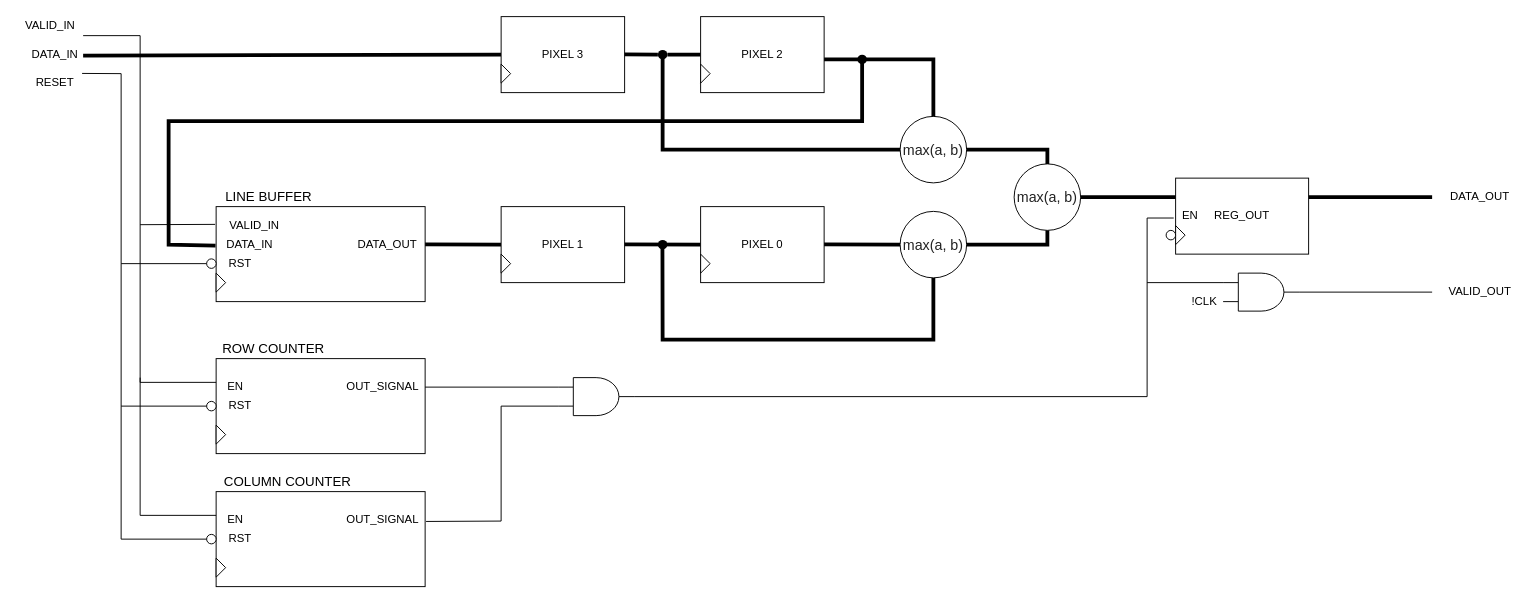
The draw.io diagram Project/src/rtl/maxpool2d2x2s2/Maxpool.drawio in hohaicongthuan/0x55AA, before the edit. Source tidied: cells renumbered, new cells numbered last; positions are measured from the earlier drawing's top-left corner, leaving out a move shared by most shapes. Both pictures are drawn from the tidied source at 95%, with x=0, y=0 at pixel (16, 16).
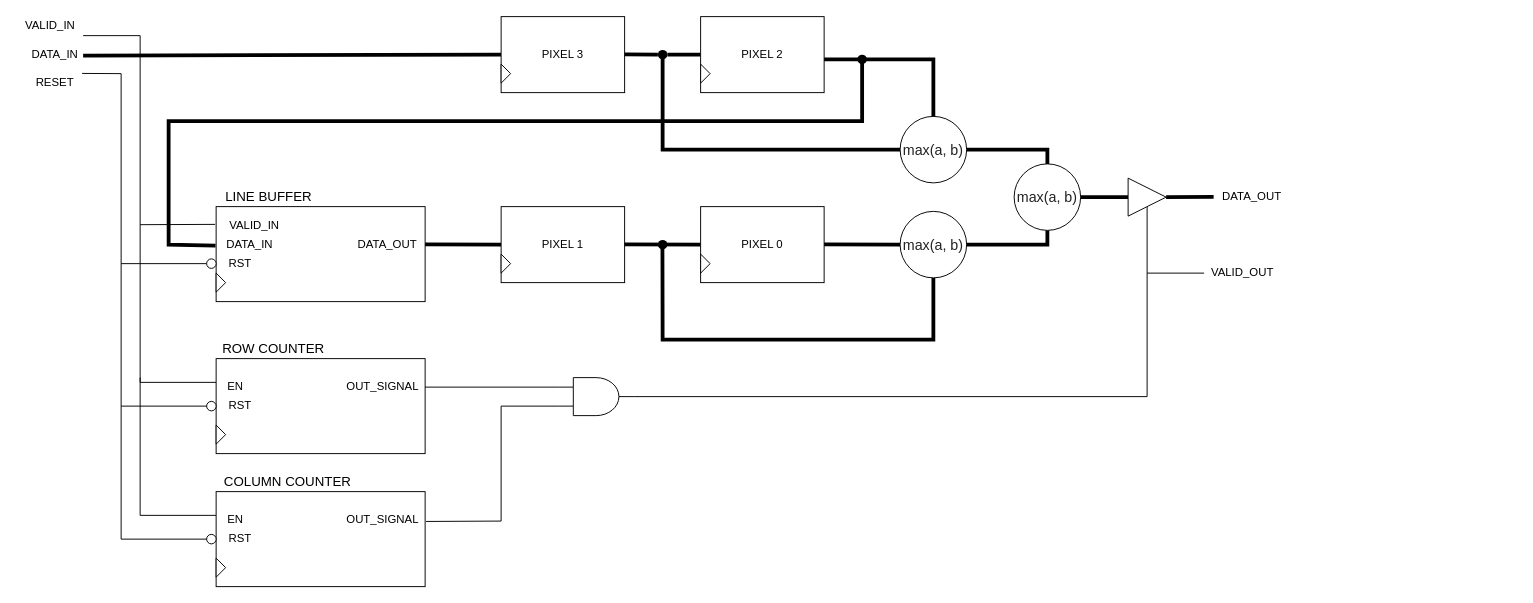
The same page after the edit.

The change refers to these unchanged cells:
```xml
<mxCell id="51" value="&lt;span style=&quot;color: rgb(34 , 34 , 34) ; font-family: &amp;#34;google sans&amp;#34; , &amp;#34;arial&amp;#34; , sans-serif ; text-align: left ; background-color: rgb(255 , 255 , 255)&quot;&gt;&lt;font style=&quot;font-size: 15px&quot;&gt;max(a, b)&lt;/font&gt;&lt;/span&gt;" style="ellipse;whiteSpace=wrap;html=1;" parent="1" vertex="1">
  <mxGeometry x="1050" y="155" width="70" height="70" as="geometry" />
</mxCell>
<mxCell id="68" style="verticalLabelPosition=bottom;shadow=0;dashed=0;align=center;html=1;verticalAlign=top;shape=mxgraph.electrical.logic_gates.logic_gate;operation=and;" parent="1" vertex="1">
  <mxGeometry x="570" y="380" width="80" height="40" as="geometry" />
</mxCell>
```

Change to the diagram source:
```diff
@@
-    <mxCell id="23" style="endArrow=none;html=1;strokeWidth=4;exitX=1;exitY=0.5;exitDx=0;exitDy=0;" parent="1" edge="1" source="51">
-      <mxGeometry relative="1" as="geometry">
-        <mxPoint x="1490" y="190" as="targetPoint" />
-      </mxGeometry>
+    <mxCell id="23" style="endArrow=none;html=1;strokeWidth=4;exitX=1;exitY=0.5;exitDx=0;exitDy=0;" parent="1" edge="1" source="51" target="76">
+      <mxGeometry relative="1" as="geometry" />
     </mxCell>
@@
-    <mxCell id="35" value="REG_OUT" style="rounded=0;whiteSpace=wrap;html=1;" parent="1" vertex="1">
-      <mxGeometry x="1220" y="170" width="140" height="80" as="geometry" />
-    </mxCell>
-    <mxCell id="36" style="triangle;whiteSpace=wrap;html=1;" parent="1" vertex="1">
-      <mxGeometry x="1220" y="220" width="10" height="20" as="geometry" />
-    </mxCell>
@@
-    <mxCell id="43" value="EN" style="text;html=1;align=center;verticalAlign=middle;points=[];strokeColor=none;" parent="1" vertex="1">
-      <mxGeometry x="1220" y="200" width="30" height="20" as="geometry" />
-    </mxCell>
@@
-    <mxCell id="47" style="endArrow=none;html=1;strokeWidth=1;exitX=1;exitY=0.5;exitDx=0;exitDy=0;exitPerimeter=0;" parent="1" edge="1" source="73">
+    <mxCell id="47" style="endArrow=none;html=1;strokeWidth=1;exitX=1;exitY=0.5;exitDx=0;exitDy=0;exitPerimeter=0;" parent="1" edge="1">
       <mxGeometry relative="1" as="geometry">
-        <mxPoint x="1490" y="290" as="targetPoint" />
+        <mxPoint x="1190" y="270" as="sourcePoint" />
+        <mxPoint x="1250" y="270" as="targetPoint" />
       </mxGeometry>
     </mxCell>
     <mxCell id="48" value="DATA_OUT" style="text;html=1;align=center;verticalAlign=middle;strokeColor=none;" parent="1" vertex="1">
-      <mxGeometry x="1500" y="180" width="80" height="20" as="geometry" />
+      <mxGeometry x="1260" y="180" width="80" height="20" as="geometry" />
     </mxCell>
     <mxCell id="49" value="VALID_OUT" style="text;html=1;align=center;verticalAlign=middle;strokeColor=none;" parent="1" vertex="1">
-      <mxGeometry x="1500" y="280" width="80" height="20" as="geometry" />
+      <mxGeometry x="1250" y="260" width="80" height="20" as="geometry" />
     </mxCell>
@@
-    <mxCell id="69" style="ellipse;whiteSpace=wrap;html=1;" parent="1" vertex="1">
-      <mxGeometry x="1210" y="225" width="10" height="10" as="geometry" />
-    </mxCell>
@@
-    <mxCell id="72" style="endArrow=none;html=1;exitX=1;exitY=0.5;exitDx=0;exitDy=0;exitPerimeter=0;rounded=0;entryX=-0.067;entryY=0.6;entryDx=0;entryDy=0;entryPerimeter=0;" parent="1" edge="1" source="68" target="43">
+    <mxCell id="72" style="endArrow=none;html=1;exitX=1;exitY=0.5;exitDx=0;exitDy=0;exitPerimeter=0;rounded=0;entryX=0.5;entryY=1;entryDx=0;entryDy=0;" parent="1" edge="1" source="68" target="76">
       <mxGeometry relative="1" as="geometry">
         <Array as="points">
           <mxPoint x="1190" y="400" />
           <mxPoint x="1190" y="212" />
         </Array>
       </mxGeometry>
     </mxCell>
-    <mxCell id="73" style="verticalLabelPosition=bottom;shadow=0;dashed=0;align=center;html=1;verticalAlign=top;shape=mxgraph.electrical.logic_gates.logic_gate;operation=and;" parent="1" vertex="1">
-      <mxGeometry x="1270" y="270" width="80" height="40" as="geometry" />
-    </mxCell>
-    <mxCell id="74" style="endArrow=none;html=1;entryX=0;entryY=0.25;entryDx=0;entryDy=0;entryPerimeter=0;" parent="1" edge="1" target="73">
-      <mxGeometry relative="1" as="geometry">
-        <mxPoint x="1190" y="280" as="sourcePoint" />
-      </mxGeometry>
-    </mxCell>
-    <mxCell id="75" value="!CLK" style="text;html=1;align=center;verticalAlign=middle;strokeColor=none;" parent="1" vertex="1">
-      <mxGeometry x="1230" y="290" width="40" height="20" as="geometry" />
-    </mxCell>
+    <mxCell id="76" style="triangle;whiteSpace=wrap;html=1;" parent="1" vertex="1">
+      <mxGeometry x="1170" y="170" width="40" height="40" as="geometry" />
+    </mxCell>
+    <mxCell id="77" style="endArrow=none;html=1;strokeWidth=4;exitX=1;exitY=0.5;exitDx=0;exitDy=0;" parent="1" edge="1" source="76">
+      <mxGeometry relative="1" as="geometry">
+        <mxPoint x="1260" y="189.8" as="targetPoint" />
+      </mxGeometry>
+    </mxCell>
```
